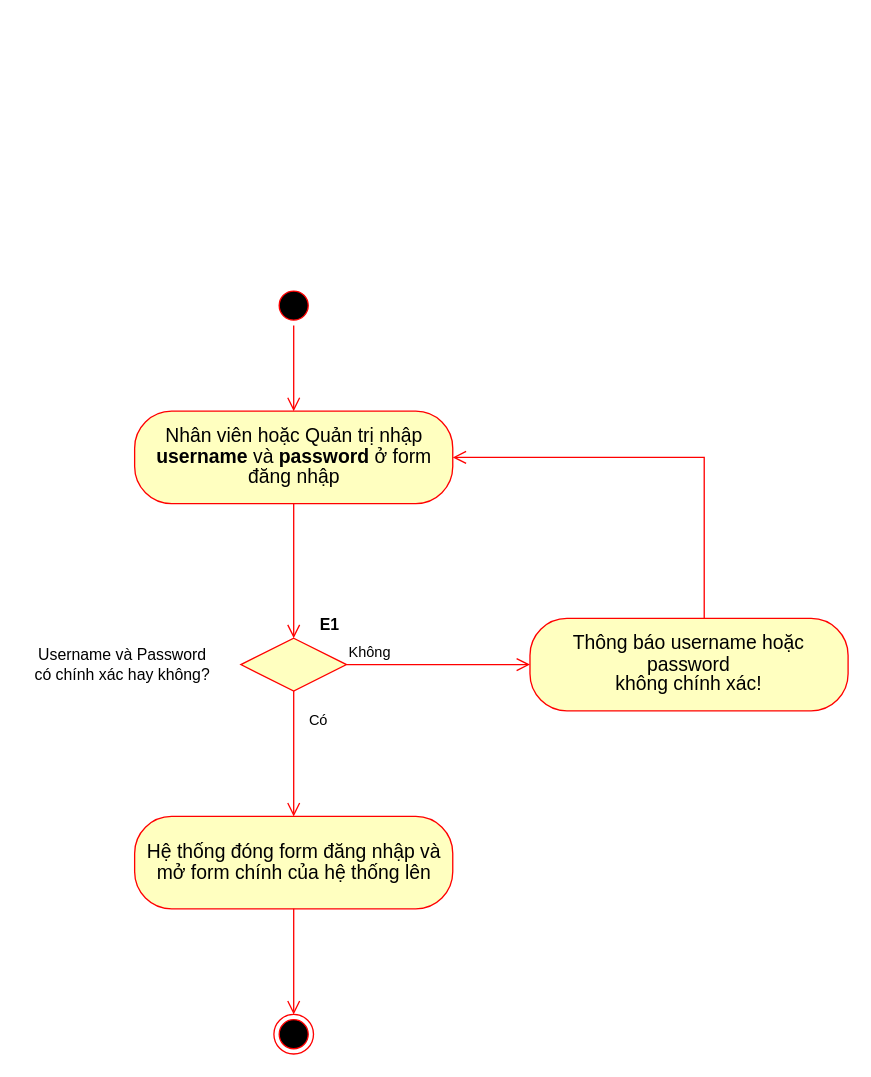
EdgarIgnite16/OOAD-Project keeps this draw.io diagram as Activity Diagrams/Quân Phạm/AD_ĐăngNhập.drawio. Above is the earlier version. Source tidied: cells renumbered, new cells numbered last; positions are measured from the earlier drawing's top-left corner, leaving out a move shared by most shapes. Both pictures are drawn from the tidied source at 132%, with x=0, y=0 at pixel (22, 285).
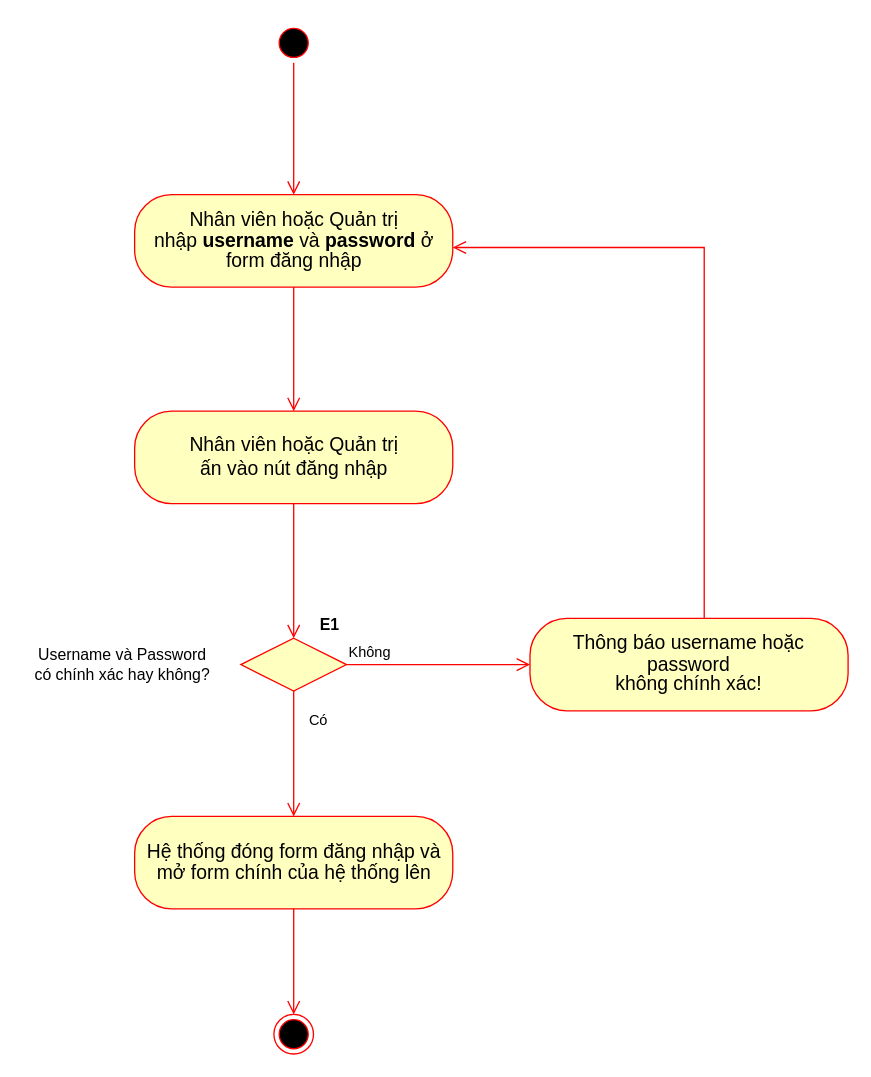
Above is the later version.

The edit, as a diff of the source:
```diff
@@
 <mxGraphModel>
   <root>
     <mxCell id="0" />
     <mxCell id="1" parent="0" />
     <mxCell id="2" style="ellipse;html=1;shape=startState;fillColor=#000000;strokeColor=#ff0000;" parent="1" vertex="1">
-      <mxGeometry x="190" width="30" height="30" as="geometry" />
+      <mxGeometry x="190" y="-199" width="30" height="30" as="geometry" />
     </mxCell>
-    <mxCell id="3" style="edgeStyle=orthogonalEdgeStyle;html=1;verticalAlign=bottom;endArrow=open;endSize=8;strokeColor=#ff0000;rounded=0;" parent="1" edge="1" source="2" target="4">
+    <mxCell id="3" style="edgeStyle=orthogonalEdgeStyle;html=1;verticalAlign=bottom;endArrow=open;endSize=8;strokeColor=#ff0000;rounded=0;" parent="1" edge="1" source="2" target="16">
       <mxGeometry relative="1" as="geometry" />
     </mxCell>
-    <mxCell id="4" value="&lt;span style=&quot;font-size: 11.0pt ; line-height: 107% ; font-family: &amp;#34;calibri&amp;#34; , sans-serif&quot;&gt;Nhân viên hoặc Quản trị nhập &lt;b&gt;username&lt;/b&gt; và &lt;b&gt;password&lt;/b&gt; ở form đăng nhập&lt;/span&gt;" style="rounded=1;whiteSpace=wrap;html=1;arcSize=40;fontColor=#000000;fillColor=#ffffc0;strokeColor=#ff0000;" parent="1" vertex="1">
+    <mxCell id="4" value="&lt;span style=&quot;font-family: &amp;#34;calibri&amp;#34; , sans-serif ; font-size: 14.6667px&quot;&gt;Nhân viên hoặc Quản trị&lt;/span&gt;&lt;br style=&quot;font-family: &amp;#34;calibri&amp;#34; , sans-serif ; font-size: 14.6667px&quot;&gt;&lt;span style=&quot;font-family: &amp;#34;calibri&amp;#34; , sans-serif ; font-size: 14.6667px&quot;&gt;ấn vào nút đăng nhập&lt;/span&gt;" style="rounded=1;whiteSpace=wrap;html=1;arcSize=40;fontColor=#000000;fillColor=#ffffc0;strokeColor=#ff0000;" parent="1" vertex="1">
       <mxGeometry x="84.5" y="95" width="241" height="70" as="geometry" />
     </mxCell>
     <mxCell id="5" style="edgeStyle=orthogonalEdgeStyle;html=1;verticalAlign=bottom;endArrow=open;endSize=8;strokeColor=#ff0000;rounded=0;" parent="1" edge="1" source="4" target="7">
       <mxGeometry relative="1" as="geometry" />
     </mxCell>
     <mxCell id="6" style="ellipse;html=1;shape=endState;fillColor=#000000;strokeColor=#ff0000;" parent="1" vertex="1">
       <mxGeometry x="190" y="552" width="30" height="30" as="geometry" />
     </mxCell>
     <mxCell id="7" style="rhombus;whiteSpace=wrap;html=1;fillColor=#ffffc0;strokeColor=#ff0000;" parent="1" vertex="1">
       <mxGeometry x="165" y="267" width="80" height="40" as="geometry" />
     </mxCell>
     <mxCell id="8" value="Không" style="edgeStyle=orthogonalEdgeStyle;html=1;align=left;verticalAlign=bottom;endArrow=open;endSize=8;strokeColor=#ff0000;rounded=0;" parent="1" edge="1" source="7" target="13">
       <mxGeometry x="-1" relative="1" as="geometry" />
     </mxCell>
     <mxCell id="9" value="Có" style="edgeStyle=orthogonalEdgeStyle;html=1;align=left;verticalAlign=top;endArrow=open;endSize=8;strokeColor=#ff0000;rounded=0;" parent="1" edge="1" source="7" target="11">
       <mxGeometry x="-0.8" y="10" relative="1" as="geometry" />
     </mxCell>
     <mxCell id="10" value="Username và Password&lt;br&gt;có chính xác hay không?" style="text;html=1;align=center;verticalAlign=middle;strokeColor=none;fillColor=none;" parent="1" vertex="1">
       <mxGeometry y="272" width="150" height="30" as="geometry" />
     </mxCell>
     <mxCell id="11" value="&lt;span style=&quot;font-size: 11.0pt ; line-height: 107% ; font-family: &amp;#34;calibri&amp;#34; , sans-serif&quot;&gt;Hệ thống đóng form đăng nhập và mở form chính của hệ thống lên&lt;/span&gt;" style="rounded=1;whiteSpace=wrap;html=1;arcSize=40;fontColor=#000000;fillColor=#ffffc0;strokeColor=#ff0000;" parent="1" vertex="1">
       <mxGeometry x="84.5" y="402" width="241" height="70" as="geometry" />
     </mxCell>
     <mxCell id="12" style="edgeStyle=orthogonalEdgeStyle;html=1;verticalAlign=bottom;endArrow=open;endSize=8;strokeColor=#ff0000;rounded=0;" parent="1" edge="1" source="11" target="6">
       <mxGeometry relative="1" as="geometry" />
     </mxCell>
     <mxCell id="13" value="&lt;span style=&quot;font-size: 11.0pt ; line-height: 107% ; font-family: &amp;#34;calibri&amp;#34; , sans-serif&quot;&gt;Thông báo username hoặc password&lt;br&gt;không chính xác!&lt;br&gt;&lt;/span&gt;" style="rounded=1;whiteSpace=wrap;html=1;arcSize=40;fontColor=#000000;fillColor=#ffffc0;strokeColor=#ff0000;" parent="1" vertex="1">
       <mxGeometry x="384" y="252" width="241" height="70" as="geometry" />
     </mxCell>
-    <mxCell id="14" style="edgeStyle=orthogonalEdgeStyle;html=1;verticalAlign=bottom;endArrow=open;endSize=8;strokeColor=#ff0000;rounded=0;" parent="1" edge="1" source="13" target="4">
+    <mxCell id="14" style="edgeStyle=orthogonalEdgeStyle;html=1;verticalAlign=bottom;endArrow=open;endSize=8;strokeColor=#ff0000;rounded=0;" parent="1" edge="1" source="13" target="16">
       <mxGeometry relative="1" as="geometry">
         <Array as="points">
-          <mxPoint x="516" y="130" />
+          <mxPoint x="516" y="-29" />
         </Array>
       </mxGeometry>
     </mxCell>
     <mxCell id="15" value="&lt;b&gt;E1&lt;/b&gt;" style="text;html=1;align=center;verticalAlign=middle;strokeColor=none;fillColor=none;" parent="1" vertex="1">
       <mxGeometry x="217" y="247" width="30" height="20" as="geometry" />
     </mxCell>
+    <mxCell id="16" value="&lt;span style=&quot;font-size: 11.0pt ; line-height: 107% ; font-family: &amp;#34;calibri&amp;#34; , sans-serif&quot;&gt;&lt;span style=&quot;font-size: 14.6667px&quot;&gt;Nhân viên hoặc Quản trị nhập&amp;nbsp;&lt;/span&gt;&lt;b style=&quot;font-size: 14.6667px&quot;&gt;username&lt;/b&gt;&lt;span style=&quot;font-size: 14.6667px&quot;&gt;&amp;nbsp;và&amp;nbsp;&lt;/span&gt;&lt;b style=&quot;font-size: 14.6667px&quot;&gt;password&lt;/b&gt;&lt;span style=&quot;font-size: 14.6667px&quot;&gt;&amp;nbsp;ở form đăng nhập&lt;/span&gt;&lt;br&gt;&lt;/span&gt;" style="rounded=1;whiteSpace=wrap;html=1;arcSize=40;fontColor=#000000;fillColor=#ffffc0;strokeColor=#ff0000;" parent="1" vertex="1">
+      <mxGeometry x="84.5" y="-69" width="241" height="70" as="geometry" />
+    </mxCell>
+    <mxCell id="17" style="edgeStyle=orthogonalEdgeStyle;html=1;verticalAlign=bottom;endArrow=open;endSize=8;strokeColor=#ff0000;rounded=0;" parent="1" edge="1" source="16" target="4">
+      <mxGeometry relative="1" as="geometry" />
+    </mxCell>
   </root>
 </mxGraphModel>
```
